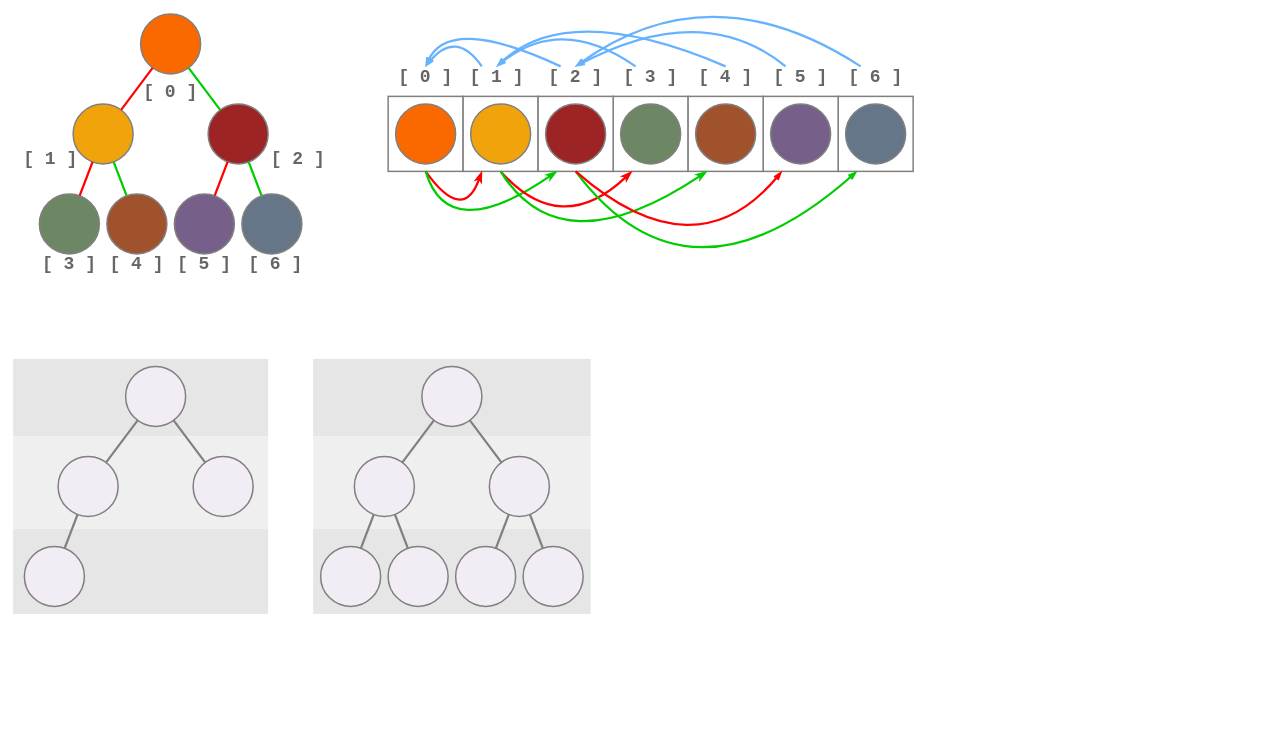
lgreco/images keeps this draw.io diagram as pqueue/pqueue.drawio. Above is the earlier version. Source tidied: cells renumbered, new cells numbered last; positions are measured from the earlier drawing's top-left corner, leaving out a move shared by most shapes. Both pictures are drawn from the tidied source at 75%, with x=0, y=0 at pixel (13, -32).
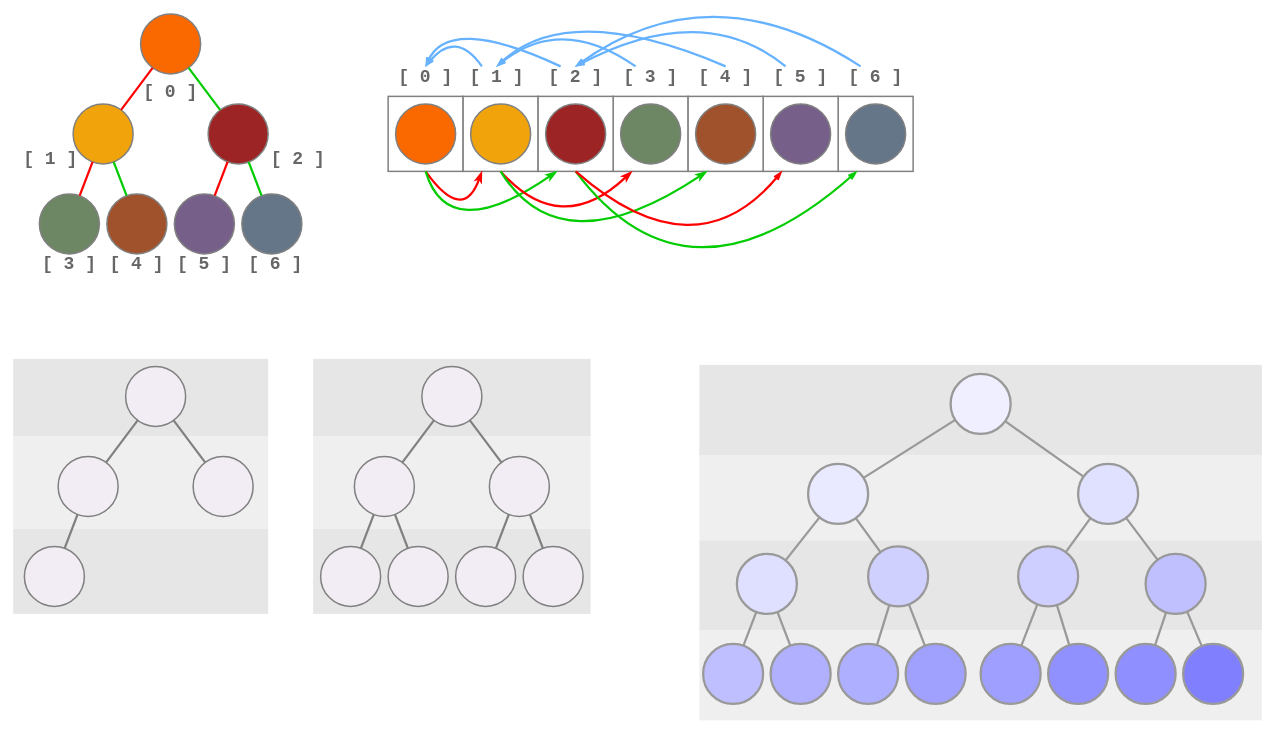
The same page after the edit.

The edit, as a diff of the source:
```diff
@@
+    <mxCell id="83" style="whiteSpace=wrap;html=1;fillColor=#EFEFEF;strokeColor=none;" parent="1" vertex="1">
+      <mxGeometry x="915" y="642" width="750" height="120" as="geometry" />
+    </mxCell>
+    <mxCell id="84" style="whiteSpace=wrap;html=1;fillColor=#E6E6E6;strokeColor=none;" parent="1" vertex="1">
+      <mxGeometry x="915" y="762" width="750" height="120" as="geometry" />
+    </mxCell>
+    <mxCell id="85" value="&amp;nbsp; " style="whiteSpace=wrap;html=1;fillColor=#E6E6E6;strokeColor=none;" parent="1" vertex="1">
+      <mxGeometry x="915" y="528" width="750" height="120" as="geometry" />
+    </mxCell>
+    <mxCell id="86" style="whiteSpace=wrap;html=1;fillColor=#EFEFEF;strokeColor=none;" parent="1" vertex="1">
+      <mxGeometry x="915" y="882" width="750" height="120" as="geometry" />
+    </mxCell>
@@
+    <mxCell id="87" style="ellipse;whiteSpace=wrap;html=1;fillColor=#EFEFFF;strokeColor=#999999;fontColor=#ffffff;strokeWidth=3;" parent="1" vertex="1">
+      <mxGeometry x="1250" y="540" width="80" height="80" as="geometry" />
+    </mxCell>
+    <mxCell id="88" style="ellipse;whiteSpace=wrap;html=1;fillColor=#E9E9FF;strokeColor=#999999;fontColor=#ffffff;strokeWidth=3;" parent="1" vertex="1">
+      <mxGeometry x="1060" y="660" width="80" height="80" as="geometry" />
+    </mxCell>
+    <mxCell id="89" style="ellipse;whiteSpace=wrap;html=1;fillColor=#E0E0FF;strokeColor=#999999;fontColor=#ffffff;strokeWidth=3;" parent="1" vertex="1">
+      <mxGeometry x="1420" y="660" width="80" height="80" as="geometry" />
+    </mxCell>
+    <mxCell id="90" style="ellipse;whiteSpace=wrap;html=1;fillColor=#DFDFFF;strokeColor=#999999;fontColor=#ffffff;strokeWidth=3;" parent="1" vertex="1">
+      <mxGeometry x="965" y="780" width="80" height="80" as="geometry" />
+    </mxCell>
+    <mxCell id="91" style="ellipse;whiteSpace=wrap;html=1;fillColor=#D0D0FF;strokeColor=#999999;fontColor=#ffffff;strokeWidth=3;" parent="1" vertex="1">
+      <mxGeometry x="1140" y="770" width="80" height="80" as="geometry" />
+    </mxCell>
+    <mxCell id="92" style="ellipse;whiteSpace=wrap;html=1;fillColor=#CFCFFF;strokeColor=#999999;fontColor=#ffffff;strokeWidth=3;" parent="1" vertex="1">
+      <mxGeometry x="1340" y="770" width="80" height="80" as="geometry" />
+    </mxCell>
+    <mxCell id="93" style="ellipse;whiteSpace=wrap;html=1;fillColor=#C0C0FF;strokeColor=#999999;fontColor=#ffffff;strokeWidth=3;" parent="1" vertex="1">
+      <mxGeometry x="1510" y="780" width="80" height="80" as="geometry" />
+    </mxCell>
+    <mxCell id="94" style="endArrow=none;html=1;rounded=0;strokeWidth=3;strokeColor=#999999;fillColor=#76608a;" parent="1" edge="1" source="88" target="87">
+      <mxGeometry relative="1" as="geometry" />
+    </mxCell>
+    <mxCell id="95" style="endArrow=none;html=1;rounded=0;strokeWidth=3;strokeColor=#999999;fillColor=#76608a;" parent="1" edge="1" source="89" target="87">
+      <mxGeometry relative="1" as="geometry" />
+    </mxCell>
+    <mxCell id="96" style="endArrow=none;html=1;rounded=0;strokeWidth=3;strokeColor=#999999;fillColor=#76608a;" parent="1" edge="1" source="93" target="89">
+      <mxGeometry relative="1" as="geometry" />
+    </mxCell>
+    <mxCell id="97" style="endArrow=none;html=1;rounded=0;strokeWidth=3;strokeColor=#999999;fillColor=#76608a;" parent="1" edge="1" source="92" target="89">
+      <mxGeometry relative="1" as="geometry" />
+    </mxCell>
+    <mxCell id="98" style="endArrow=none;html=1;rounded=0;strokeWidth=3;strokeColor=#999999;fillColor=#76608a;" parent="1" edge="1" source="91" target="88">
+      <mxGeometry relative="1" as="geometry" />
+    </mxCell>
+    <mxCell id="99" style="endArrow=none;html=1;rounded=0;strokeWidth=3;strokeColor=#999999;fillColor=#76608a;" parent="1" edge="1" source="90" target="88">
+      <mxGeometry relative="1" as="geometry" />
+    </mxCell>
+    <mxCell id="100" style="ellipse;whiteSpace=wrap;html=1;fillColor=#BFBFFF;strokeColor=#999999;fontColor=#ffffff;strokeWidth=3;flipH=1;legacyAnchorPoints=0;" parent="1" vertex="1">
+      <mxGeometry x="920" y="900" width="80" height="80" as="geometry" />
+    </mxCell>
+    <mxCell id="101" style="ellipse;whiteSpace=wrap;html=1;fillColor=#B0B0FF;strokeColor=#999999;fontColor=#ffffff;strokeWidth=3;flipH=1;legacyAnchorPoints=0;" parent="1" vertex="1">
+      <mxGeometry x="1010" y="900" width="80" height="80" as="geometry" />
+    </mxCell>
+    <mxCell id="102" style="ellipse;whiteSpace=wrap;html=1;fillColor=#AFAFFF;strokeColor=#999999;fontColor=#ffffff;strokeWidth=3;flipH=1;legacyAnchorPoints=0;" parent="1" vertex="1">
+      <mxGeometry x="1100" y="900" width="80" height="80" as="geometry" />
+    </mxCell>
+    <mxCell id="103" style="ellipse;whiteSpace=wrap;html=1;fillColor=#A0A0FF;strokeColor=#999999;fontColor=#ffffff;strokeWidth=3;flipH=1;legacyAnchorPoints=0;" parent="1" vertex="1">
+      <mxGeometry x="1190" y="900" width="80" height="80" as="geometry" />
+    </mxCell>
+    <mxCell id="104" style="ellipse;whiteSpace=wrap;html=1;fillColor=#9F9FFF;strokeColor=#999999;fontColor=#ffffff;strokeWidth=3;flipH=1;legacyAnchorPoints=0;" parent="1" vertex="1">
+      <mxGeometry x="1290" y="900" width="80" height="80" as="geometry" />
+    </mxCell>
+    <mxCell id="105" style="ellipse;whiteSpace=wrap;html=1;fillColor=#9090FF;strokeColor=#999999;fontColor=#ffffff;strokeWidth=3;flipH=1;legacyAnchorPoints=0;" parent="1" vertex="1">
+      <mxGeometry x="1380" y="900" width="80" height="80" as="geometry" />
+    </mxCell>
+    <mxCell id="106" style="ellipse;whiteSpace=wrap;html=1;fillColor=#8F8FFF;strokeColor=#999999;fontColor=#ffffff;strokeWidth=3;flipH=1;legacyAnchorPoints=0;" parent="1" vertex="1">
+      <mxGeometry x="1470" y="900" width="80" height="80" as="geometry" />
+    </mxCell>
+    <mxCell id="107" style="ellipse;whiteSpace=wrap;html=1;fillColor=#8080FF;strokeColor=#999999;fontColor=#ffffff;strokeWidth=3;flipH=1;legacyAnchorPoints=0;" parent="1" vertex="1">
+      <mxGeometry x="1560" y="900" width="80" height="80" as="geometry" />
+    </mxCell>
+    <mxCell id="108" style="endArrow=none;html=1;rounded=0;strokeWidth=3;strokeColor=#999999;fillColor=#76608a;" parent="1" edge="1" source="100" target="90">
+      <mxGeometry relative="1" as="geometry" />
+    </mxCell>
+    <mxCell id="109" style="endArrow=none;html=1;rounded=0;strokeWidth=3;strokeColor=#999999;fillColor=#76608a;" parent="1" edge="1" source="101" target="90">
+      <mxGeometry relative="1" as="geometry" />
+    </mxCell>
+    <mxCell id="110" style="endArrow=none;html=1;rounded=0;strokeWidth=3;strokeColor=#999999;fillColor=#76608a;" parent="1" edge="1" source="102" target="91">
+      <mxGeometry relative="1" as="geometry" />
+    </mxCell>
+    <mxCell id="111" style="endArrow=none;html=1;rounded=0;strokeWidth=3;strokeColor=#999999;fillColor=#76608a;" parent="1" edge="1" source="103" target="91">
+      <mxGeometry relative="1" as="geometry" />
+    </mxCell>
+    <mxCell id="112" style="endArrow=none;html=1;rounded=0;strokeWidth=3;strokeColor=#999999;fillColor=#76608a;" parent="1" edge="1" source="104" target="92">
+      <mxGeometry relative="1" as="geometry" />
+    </mxCell>
+    <mxCell id="113" style="endArrow=none;html=1;rounded=0;strokeWidth=3;strokeColor=#999999;fillColor=#76608a;" parent="1" edge="1" source="105" target="92">
+      <mxGeometry relative="1" as="geometry" />
+    </mxCell>
+    <mxCell id="114" style="endArrow=none;html=1;rounded=0;strokeWidth=3;strokeColor=#999999;fillColor=#76608a;" parent="1" edge="1" source="106" target="93">
+      <mxGeometry relative="1" as="geometry" />
+    </mxCell>
+    <mxCell id="115" style="endArrow=none;html=1;rounded=0;strokeWidth=3;strokeColor=#999999;fillColor=#76608a;" parent="1" edge="1" source="107" target="93">
+      <mxGeometry relative="1" as="geometry" />
+    </mxCell>
```
